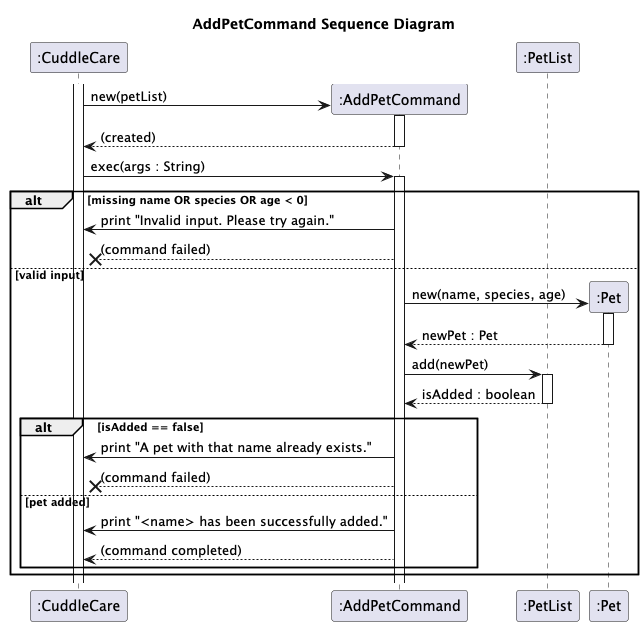
Above: docs/diagrams/AddPetCommand_Sequence_Diagram.png in Kevin88866/tp (PlantUML), before the change.
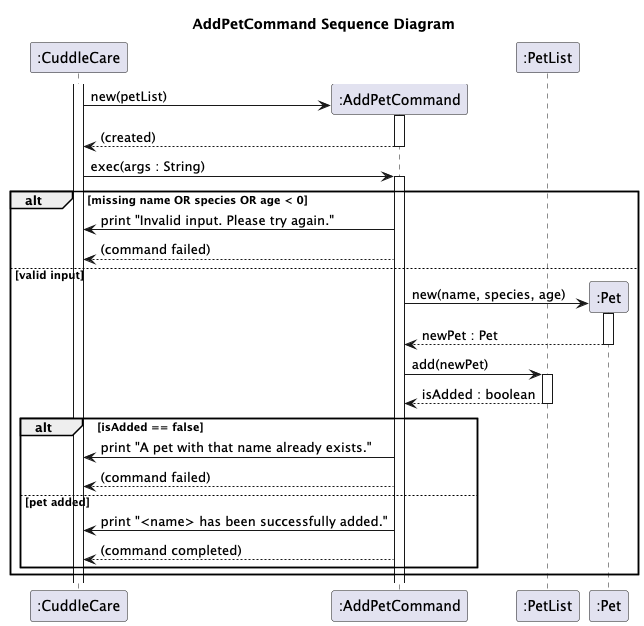
Above is the later version.

Commit message:
Update add-pet sequence diagram png

Diff of the diagram source:
```diff
@@ -17,7 +17,7 @@
 
 alt missing name OR species OR age < 0
     AddPetCommand -> CuddleCare : print "Invalid input. Please try again."
-    AddPetCommand --x CuddleCare : (command failed)
+    AddPetCommand --> CuddleCare : (command failed)
 
 else valid input
     AddPetCommand -> Pet** : new(name, species, age)
@@ -30,7 +30,7 @@
 
     alt isAdded == false
         AddPetCommand -> CuddleCare : print "A pet with that name already exists."
-        AddPetCommand --x CuddleCare : (command failed)
+        AddPetCommand --> CuddleCare : (command failed)
 
     else pet added
         AddPetCommand -> CuddleCare : print "<name> has been successfully added."
```
